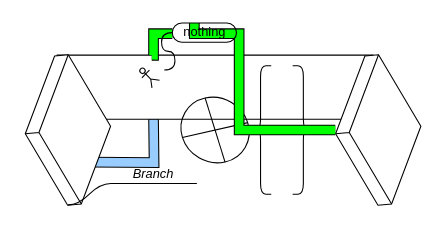
Above: example.drawio in AI-paca/drawio-readme-updater (draw.io), before the change. Source tidied: cells renumbered, new cells numbered last; positions are measured from the earlier drawing's top-left corner, leaving out a move shared by most shapes. Both pictures are drawn from the tidied source at 107%, with x=0, y=0 at pixel (-7, 22).
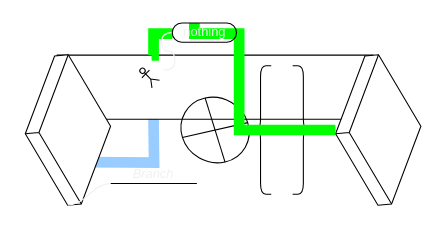
The same page after the edit.

The change refers to these unchanged cells:
```xml
<mxCell id="3" style="shape=parallelogram;perimeter=parallelogramPerimeter;whiteSpace=wrap;html=1;fixedSize=1;fillColor=none;" parent="1" vertex="1">
  <mxGeometry x="40" y="30" width="315" height="60" as="geometry" />
</mxCell>
<mxCell id="5" style="html=1;whiteSpace=wrap;shape=isoCube2;backgroundOutline=1;isoAngle=15;rotation=85;" parent="1" vertex="1">
  <mxGeometry x="290" y="60" width="140" height="80" as="geometry" />
</mxCell>
```

The edit, as a diff of the source:
```diff
@@
-    <mxCell id="2" style="shape=filledEdge;curved=0;rounded=0;fixDash=1;endArrow=none;strokeWidth=10;fillColor=#99CCFF;edgeStyle=orthogonalEdgeStyle;html=1;" parent="1" edge="1">
+    <mxCell id="2" style="shape=filledEdge;curved=0;rounded=0;fixDash=1;endArrow=none;strokeWidth=10;fillColor=#99CCFF;edgeStyle=orthogonalEdgeStyle;html=1;strokeColor=#99CCFF;" parent="1" edge="1">
       <mxGeometry relative="1" as="geometry">
         <mxPoint x="90" y="130" as="sourcePoint" />
         <mxPoint x="150" y="90" as="targetPoint" />
       </mxGeometry>
     </mxCell>
@@
-    <mxCell id="7" style="shape=filledEdge;curved=0;rounded=0;fixDash=1;endArrow=none;strokeWidth=10;fillColor=#00FF00;edgeStyle=orthogonalEdgeStyle;html=1;entryX=0.344;entryY=0.003;entryDx=0;entryDy=0;entryPerimeter=0;startArrow=none;" parent="1" edge="1" source="13" target="3">
+    <mxCell id="7" style="shape=filledEdge;curved=0;rounded=0;fixDash=1;endArrow=none;strokeWidth=10;fillColor=#00FF00;edgeStyle=orthogonalEdgeStyle;html=1;entryX=0.344;entryY=0.003;entryDx=0;entryDy=0;entryPerimeter=0;startArrow=none;strokeColor=#00FF00;" parent="1" edge="1" source="13" target="3">
       <mxGeometry relative="1" as="geometry">
         <Array as="points">
           <mxPoint x="150" y="10" />
           <mxPoint x="150" y="30" />
         </Array>
       </mxGeometry>
     </mxCell>
@@
-    <mxCell id="10" style="edgeStyle=entityRelationEdgeStyle;startArrow=none;endArrow=none;segment=10;curved=1;sourcePerimeterSpacing=0;targetPerimeterSpacing=0;fillColor=#99CCFF;" parent="1" edge="1" target="13">
+    <mxCell id="10" style="edgeStyle=entityRelationEdgeStyle;startArrow=none;endArrow=none;segment=10;curved=1;sourcePerimeterSpacing=0;targetPerimeterSpacing=0;fillColor=#99CCFF;strokeColor=#F0F0F0;" parent="1" edge="1" target="13">
       <mxGeometry relative="1" as="geometry">
         <mxPoint x="160" y="44" as="sourcePoint" />
       </mxGeometry>
     </mxCell>
@@
-    <mxCell id="12" style="shape=filledEdge;curved=0;rounded=0;fixDash=1;endArrow=none;strokeWidth=10;fillColor=#00FF00;edgeStyle=orthogonalEdgeStyle;html=1;entryX=0.344;entryY=0.003;entryDx=0;entryDy=0;entryPerimeter=0;" parent="1" edge="1" source="5" target="13">
+    <mxCell id="12" style="shape=filledEdge;curved=0;rounded=0;fixDash=1;endArrow=none;strokeWidth=10;fillColor=#00FF00;edgeStyle=orthogonalEdgeStyle;html=1;entryX=0.344;entryY=0.003;entryDx=0;entryDy=0;entryPerimeter=0;strokeColor=#00FF00;" parent="1" edge="1" source="5" target="13">
       <mxGeometry relative="1" as="geometry">
         <Array as="points">
           <mxPoint x="230" y="100" />
           <mxPoint x="230" y="10" />
         </Array>
       </mxGeometry>
     </mxCell>
-    <mxCell id="13" value="nothing" style="whiteSpace=wrap;html=1;rounded=1;arcSize=50;align=center;verticalAlign=middle;strokeWidth=1;spacing=4;newEdgeStyle={&quot;edgeStyle&quot;:&quot;entityRelationEdgeStyle&quot;,&quot;startArrow&quot;:&quot;none&quot;,&quot;endArrow&quot;:&quot;none&quot;,&quot;segment&quot;:10,&quot;curved&quot;:1,&quot;sourcePerimeterSpacing&quot;:0,&quot;targetPerimeterSpacing&quot;:0};fillColor=none;" parent="1" vertex="1">
+    <mxCell id="13" value="nothing" style="whiteSpace=wrap;html=1;rounded=1;arcSize=50;align=center;verticalAlign=middle;strokeWidth=1;spacing=4;newEdgeStyle={&quot;edgeStyle&quot;:&quot;entityRelationEdgeStyle&quot;,&quot;startArrow&quot;:&quot;none&quot;,&quot;endArrow&quot;:&quot;none&quot;,&quot;segment&quot;:10,&quot;curved&quot;:1,&quot;sourcePerimeterSpacing&quot;:0,&quot;targetPerimeterSpacing&quot;:0};fillColor=none;fontColor=#F0F0F0;" parent="1" vertex="1">
       <mxGeometry x="167.5" width="60" height="18" as="geometry" />
     </mxCell>
-    <mxCell id="14" value="&lt;i&gt;Branch&lt;/i&gt;" style="whiteSpace=wrap;html=1;shape=partialRectangle;top=0;left=0;bottom=1;right=0;points=[[0,1],[1,1]];fillColor=none;align=center;verticalAlign=bottom;routingCenterY=0.5;snapToPoint=1;newEdgeStyle={&quot;edgeStyle&quot;:&quot;entityRelationEdgeStyle&quot;,&quot;startArrow&quot;:&quot;none&quot;,&quot;endArrow&quot;:&quot;none&quot;,&quot;segment&quot;:10,&quot;curved&quot;:1,&quot;sourcePerimeterSpacing&quot;:0,&quot;targetPerimeterSpacing&quot;:0};" parent="1" vertex="1">
+    <mxCell id="14" value="&lt;i&gt;Branch&lt;/i&gt;" style="whiteSpace=wrap;html=1;shape=partialRectangle;top=0;left=0;bottom=1;right=0;points=[[0,1],[1,1]];fillColor=none;align=center;verticalAlign=bottom;routingCenterY=0.5;snapToPoint=1;newEdgeStyle={&quot;edgeStyle&quot;:&quot;entityRelationEdgeStyle&quot;,&quot;startArrow&quot;:&quot;none&quot;,&quot;endArrow&quot;:&quot;none&quot;,&quot;segment&quot;:10,&quot;curved&quot;:1,&quot;sourcePerimeterSpacing&quot;:0,&quot;targetPerimeterSpacing&quot;:0};fontColor=#F0F0F0;" parent="1" vertex="1">
       <mxGeometry x="110" y="120" width="80" height="30" as="geometry" />
     </mxCell>
-    <mxCell id="15" style="edgeStyle=entityRelationEdgeStyle;startArrow=none;endArrow=none;segment=10;curved=1;sourcePerimeterSpacing=0;targetPerimeterSpacing=0;fillColor=#99CCFF;" parent="1" edge="1" target="14">
+    <mxCell id="15" style="edgeStyle=entityRelationEdgeStyle;startArrow=none;endArrow=none;segment=10;curved=1;sourcePerimeterSpacing=0;targetPerimeterSpacing=0;fillColor=#99CCFF;strokeColor=#F0F0F0;" parent="1" edge="1" target="14">
       <mxGeometry relative="1" as="geometry">
         <mxPoint x="70" y="170" as="sourcePoint" />
       </mxGeometry>
     </mxCell>
```
